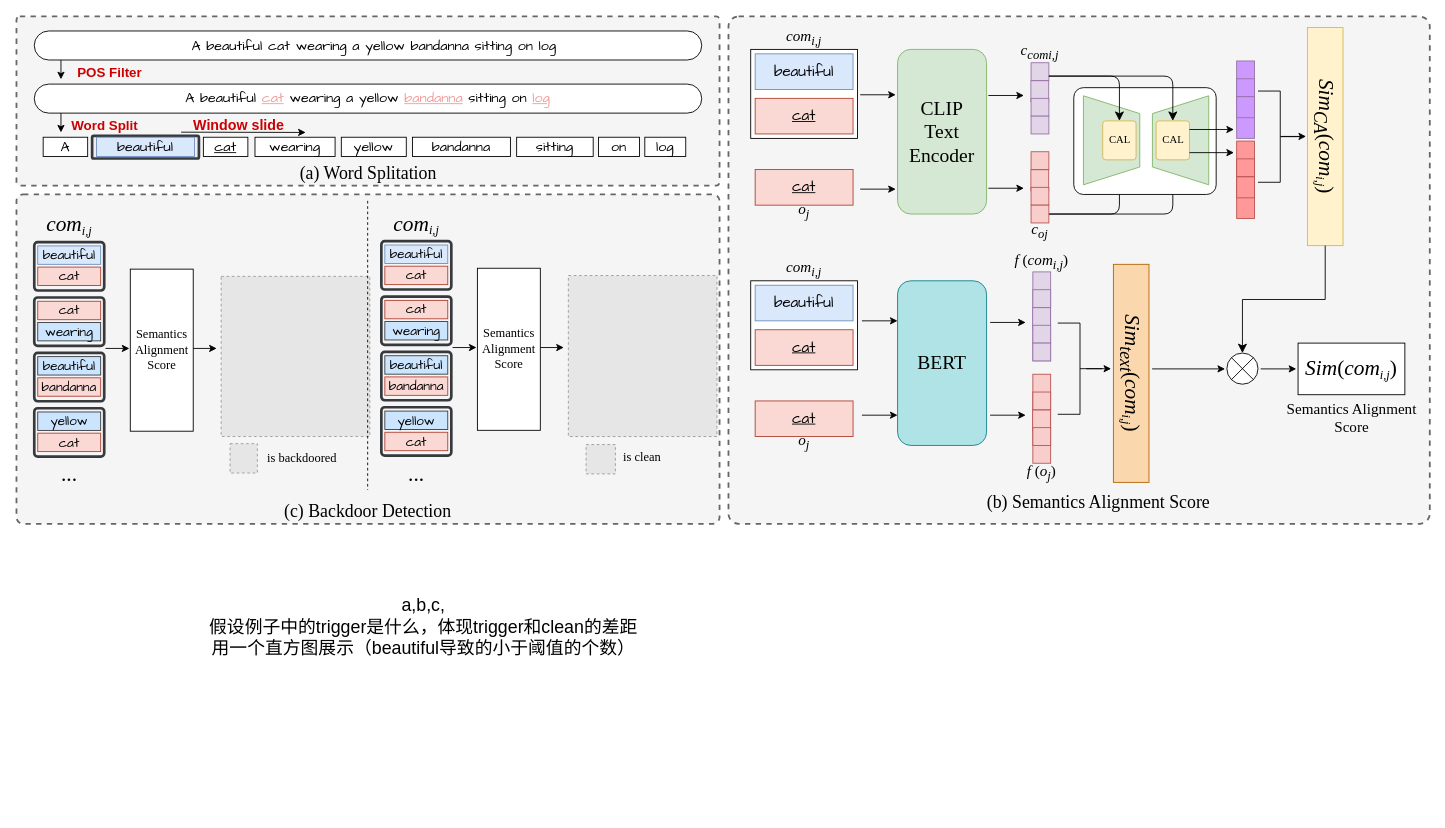
The draw.io diagram backdoor detection.drawio in Aemilia-xu/CS231n, before the edit. Source tidied: cells renumbered, new cells numbered last; positions are measured from the earlier drawing's top-left corner, leaving out a move shared by most shapes. Both pictures are drawn from the tidied source at 89%, with x=0, y=0 at pixel (16, 16). Pictures stored in the file or linked from it are replaced by grey dashed boxes.
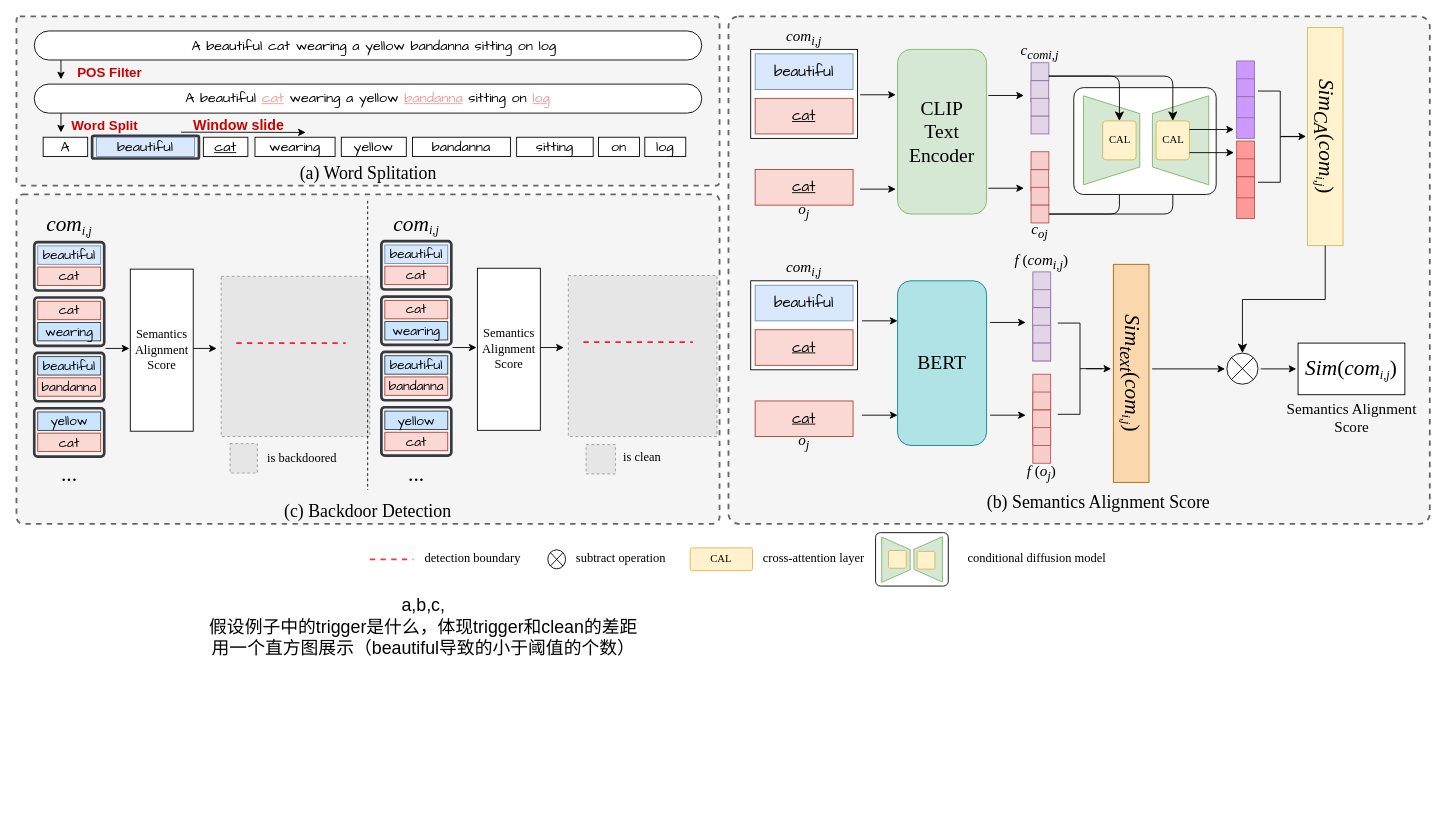
After the change.

Unchanged cells that the change refers to:
```xml
<mxCell id="85" style="group;fontSize=12;" parent="1" vertex="1">
  <mxGeometry width="1148" height="895" as="geometry" />
</mxCell>
<mxCell id="106" style="group;fontSize=17;" parent="85" vertex="1">
  <mxGeometry x="180" y="113.7" width="968" height="781.3" as="geometry" />
</mxCell>
<mxCell id="134" style="group;" parent="1" vertex="1">
  <mxGeometry x="410" y="216.2" width="377.1" height="324.8" as="geometry" />
</mxCell>
```

What changed in the source:
```diff
@@
+    <mxCell id="110" style="group;" parent="106" vertex="1">
+      <mxGeometry x="50" y="178.3" width="177" height="221" as="geometry" />
+    </mxCell>
+    <mxCell id="113" style="fillColor=#E6E6E6;strokeColor=#999999;dashed=1;verticalLabelPosition=bottom;labelBackgroundColor=default;verticalAlign=top;" parent="110" vertex="1">
+      <mxGeometry width="167" height="179.9" as="geometry" />
+    </mxCell>
+    <mxCell id="111" style="endArrow=none;html=1;rounded=0;dashed=1;strokeColor=light-dark(#fd1c32, #ededed);strokeWidth=2;" parent="110" edge="1">
+      <mxGeometry relative="1" as="geometry">
+        <mxPoint x="17" y="75" as="sourcePoint" />
+        <mxPoint x="139.9" y="75" as="targetPoint" />
+      </mxGeometry>
+    </mxCell>
+    <mxCell id="112" style="fillColor=#E6E6E6;strokeColor=#999999;dashed=1;verticalLabelPosition=bottom;labelBackgroundColor=default;verticalAlign=top;" parent="110" vertex="1">
+      <mxGeometry x="10" y="188" width="30.7" height="33" as="geometry" />
+    </mxCell>
@@
-    <mxCell id="110" style="group;" parent="106" vertex="1">
-      <mxGeometry x="50" y="178.3" width="177" height="221" as="geometry" />
-    </mxCell>
-    <mxCell id="111" style="endArrow=none;html=1;rounded=0;dashed=1;strokeColor=light-dark(#fd1c32, #ededed);" parent="110" edge="1">
-      <mxGeometry relative="1" as="geometry">
-        <mxPoint x="17" y="75" as="sourcePoint" />
-        <mxPoint x="139.9" y="75" as="targetPoint" />
-      </mxGeometry>
-    </mxCell>
-    <mxCell id="112" style="fillColor=#E6E6E6;strokeColor=#999999;dashed=1;verticalLabelPosition=bottom;labelBackgroundColor=default;verticalAlign=top;" parent="110" vertex="1">
-      <mxGeometry x="10" y="188" width="30.7" height="33" as="geometry" />
-    </mxCell>
-    <mxCell id="113" style="fillColor=#E6E6E6;strokeColor=#999999;dashed=1;verticalLabelPosition=bottom;labelBackgroundColor=default;verticalAlign=top;" parent="110" vertex="1">
-      <mxGeometry width="167" height="179.9" as="geometry" />
-    </mxCell>
+    <mxCell id="161" value="&lt;div style=&quot;&quot;&gt;&lt;font face=&quot;Times New Roman&quot;&gt;&lt;span style=&quot;font-size: 14px;&quot;&gt;detection boundary&lt;/span&gt;&lt;/font&gt;&lt;/div&gt;" style="text;whiteSpace=wrap;html=1;align=left;verticalAlign=middle;" parent="106" vertex="1">
+      <mxGeometry x="277" y="476.3" width="150" height="40" as="geometry" />
+    </mxCell>
+    <mxCell id="162" style="shape=sumEllipse;perimeter=ellipsePerimeter;whiteSpace=wrap;html=1;backgroundOutline=1;" parent="106" vertex="1">
+      <mxGeometry x="417" y="485.6" width="20" height="21.3" as="geometry" />
+    </mxCell>
+    <mxCell id="163" value="&lt;div style=&quot;&quot;&gt;&lt;font face=&quot;Times New Roman&quot;&gt;&lt;span style=&quot;font-size: 14px;&quot;&gt;subtract operation&lt;/span&gt;&lt;/font&gt;&lt;/div&gt;" style="text;whiteSpace=wrap;html=1;align=left;verticalAlign=middle;" parent="106" vertex="1">
+      <mxGeometry x="447" y="476.3" width="150" height="40" as="geometry" />
+    </mxCell>
+    <mxCell id="164" value="&lt;font face=&quot;Times New Roman&quot;&gt;CAL&lt;/font&gt;" style="rounded=1;whiteSpace=wrap;html=1;arcSize=9;fillColor=#fff2cc;strokeColor=#d6b656;" parent="106" vertex="1">
+      <mxGeometry x="577" y="483.4" width="70" height="25.6" as="geometry" />
+    </mxCell>
+    <mxCell id="165" value="&lt;div style=&quot;&quot;&gt;&lt;font face=&quot;Times New Roman&quot;&gt;&lt;span style=&quot;font-size: 14px;&quot;&gt;cross-attention layer&lt;/span&gt;&lt;/font&gt;&lt;/div&gt;" style="text;whiteSpace=wrap;html=1;align=left;verticalAlign=middle;" parent="106" vertex="1">
+      <mxGeometry x="657" y="476.3" width="150" height="40" as="geometry" />
+    </mxCell>
+    <mxCell id="166" style="group;" parent="106" vertex="1">
+      <mxGeometry x="995.5" y="466.3" width="60" as="geometry" />
+    </mxCell>
+    <mxCell id="167" style="group;" parent="106" vertex="1">
+      <mxGeometry x="787" y="466.3" width="122.5" height="60.7" as="geometry" />
+    </mxCell>
+    <mxCell id="168" style="rounded=1;whiteSpace=wrap;html=1;arcSize=9;" parent="167" vertex="1">
+      <mxGeometry x="-1.7" width="81.7" height="60" as="geometry" />
+    </mxCell>
+    <mxCell id="169" style="group;" parent="167" vertex="1">
+      <mxGeometry x="5.2" y="5" width="67.9" height="50.8" as="geometry" />
+    </mxCell>
+    <mxCell id="170" style="shape=trapezoid;perimeter=trapezoidPerimeter;whiteSpace=wrap;html=1;fixedSize=1;rotation=90;fillColor=#d5e8d4;strokeColor=#82b366;size=14.159999999999854;" parent="169" vertex="1">
+      <mxGeometry x="-9.4" y="9.4" width="50.8" height="32" as="geometry" />
+    </mxCell>
+    <mxCell id="171" style="rounded=1;whiteSpace=wrap;html=1;arcSize=9;fillColor=#fff2cc;strokeColor=#d6b656;" parent="169" vertex="1">
+      <mxGeometry x="7.6" y="15" width="20" height="20" as="geometry" />
+    </mxCell>
+    <mxCell id="172" style="group;rotation=-180;" parent="169" vertex="1">
+      <mxGeometry x="35.8" width="32" height="50.8" as="geometry" />
+    </mxCell>
+    <mxCell id="173" style="shape=trapezoid;perimeter=trapezoidPerimeter;whiteSpace=wrap;html=1;fixedSize=1;rotation=-90;fillColor=#d5e8d4;strokeColor=#82b366;size=14.159999999999854;" parent="172" vertex="1">
+      <mxGeometry x="-9" y="9" width="50.8" height="32" as="geometry" />
+    </mxCell>
+    <mxCell id="174" style="rounded=1;whiteSpace=wrap;html=1;arcSize=9;fillColor=#fff2cc;strokeColor=#d6b656;rotation=-180;" parent="172" vertex="1">
+      <mxGeometry x="4" y="16" width="20" height="20" as="geometry" />
+    </mxCell>
+    <mxCell id="175" value="&lt;div style=&quot;&quot;&gt;&lt;font face=&quot;Times New Roman&quot;&gt;&lt;span style=&quot;font-size: 14px;&quot;&gt;conditional diffusion model&lt;/span&gt;&lt;/font&gt;&lt;/div&gt;" style="text;whiteSpace=wrap;html=1;align=left;verticalAlign=middle;" parent="106" vertex="1">
+      <mxGeometry x="887" y="476.3" width="190" height="40" as="geometry" />
+    </mxCell>
+    <mxCell id="176" style="endArrow=none;html=1;rounded=0;strokeColor=#FF3333;dashed=1;strokeWidth=2;" parent="85" edge="1">
+      <mxGeometry relative="1" as="geometry">
+        <mxPoint x="397" y="610" as="sourcePoint" />
+        <mxPoint x="446" y="610" as="targetPoint" />
+      </mxGeometry>
+    </mxCell>
@@
+    <mxCell id="160" style="fillColor=#E6E6E6;strokeColor=#999999;dashed=1;verticalLabelPosition=bottom;labelBackgroundColor=default;verticalAlign=top;" parent="1" vertex="1">
+      <mxGeometry x="620.1" y="291.1" width="167" height="180.9" as="geometry" />
+    </mxCell>
@@
-    <mxCell id="135" style="endArrow=none;html=1;rounded=0;dashed=1;strokeColor=light-dark(#fd1c32, #ededed);" parent="134" edge="1">
+    <mxCell id="135" style="endArrow=none;html=1;rounded=0;dashed=1;strokeColor=light-dark(#fd1c32, #ededed);strokeWidth=2;" parent="134" edge="1">
       <mxGeometry relative="1" as="geometry">
         <mxPoint x="227" y="149.8" as="sourcePoint" />
         <mxPoint x="350" y="149.8" as="targetPoint" />
       </mxGeometry>
     </mxCell>
@@
-    <mxCell id="160" style="fillColor=#E6E6E6;strokeColor=#999999;dashed=1;verticalLabelPosition=bottom;labelBackgroundColor=default;verticalAlign=top;" parent="1" vertex="1">
-      <mxGeometry x="620.1" y="291.1" width="167" height="180.9" as="geometry" />
-    </mxCell>
```
